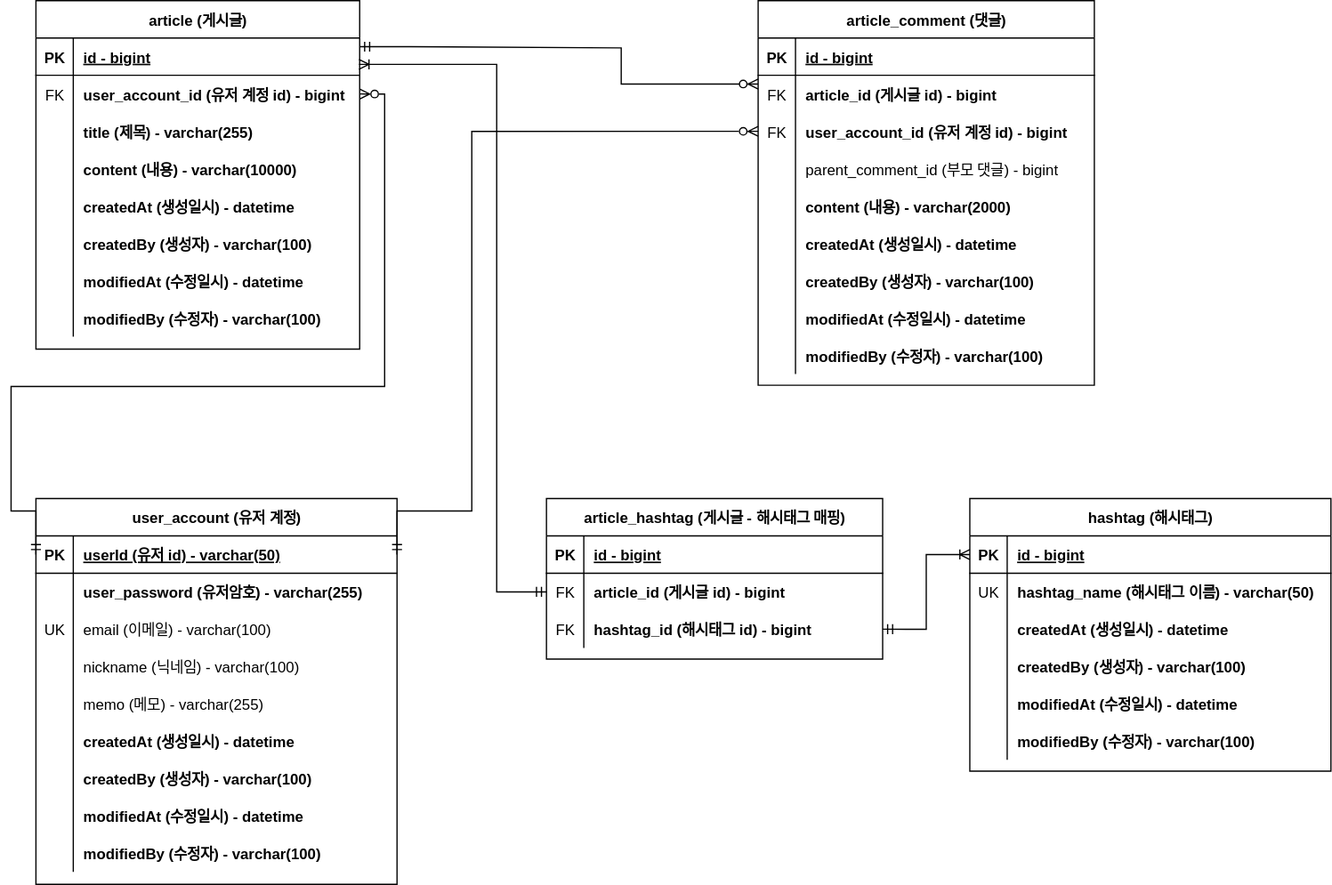
Earlier version of the draw.io export document/project-board-erd.svg (95twan/project-board). Source tidied: cells renumbered, new cells last; positions are measured from the earlier drawing's top-left corner, leaving out a move shared by most shapes.
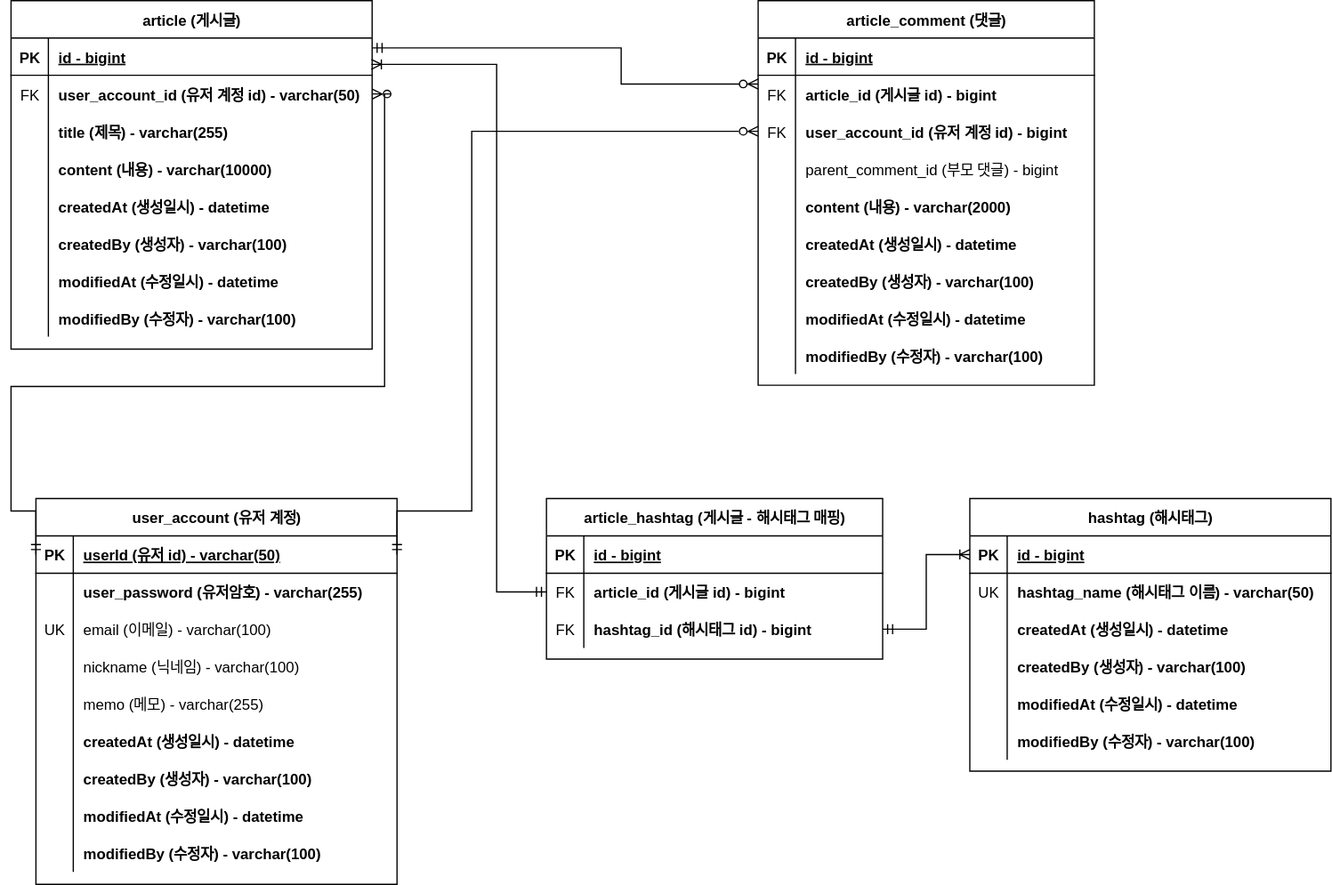
Above is the later version.

Diff of the diagram source:
```diff
@@ -3,79 +3,79 @@
     <mxCell id="0" />
     <mxCell id="1" parent="0" />
     <mxCell id="2" value="article (게시글)" style="shape=table;startSize=30;rowLines=0;fontStyle=1;align=center;" parent="1" vertex="1">
-      <mxGeometry x="20" width="260" height="280" as="geometry" />
+      <mxGeometry width="290" height="280" as="geometry" />
     </mxCell>
     <mxCell id="3" style="shape=partialRectangle;fillColor=none;points=[[0,0.5],[1,0.5]];portConstraint=eastwest;top=0;left=0;right=0;bottom=1;" parent="2" vertex="1">
-      <mxGeometry y="30" width="260" height="30" as="geometry" />
+      <mxGeometry y="30" width="290" height="30" as="geometry" />
     </mxCell>
     <mxCell id="4" value="PK" style="shape=partialRectangle;overflow=hidden;fillColor=none;top=0;left=0;bottom=0;right=0;fontStyle=1;" parent="3" vertex="1">
       <mxGeometry width="30" height="30" as="geometry" />
     </mxCell>
     <mxCell id="5" value="id - bigint" style="shape=partialRectangle;overflow=hidden;fillColor=none;top=0;left=0;bottom=0;right=0;align=left;spacingLeft=6;fontStyle=5;" parent="3" vertex="1">
-      <mxGeometry x="30" width="230" height="30" as="geometry" />
+      <mxGeometry x="30" width="260" height="30" as="geometry" />
     </mxCell>
     <mxCell id="6" style="shape=partialRectangle;fillColor=none;points=[[0,0.5],[1,0.5]];portConstraint=eastwest;top=0;left=0;right=0;bottom=0;" parent="2" vertex="1">
-      <mxGeometry y="60" width="260" height="30" as="geometry" />
+      <mxGeometry y="60" width="290" height="30" as="geometry" />
     </mxCell>
     <mxCell id="7" value="FK" style="shape=partialRectangle;overflow=hidden;fillColor=none;top=0;left=0;bottom=0;right=0;" parent="6" vertex="1">
       <mxGeometry width="30" height="30" as="geometry" />
     </mxCell>
-    <mxCell id="8" value="user_account_id (유저 계정 id) - bigint" style="shape=partialRectangle;overflow=hidden;fillColor=none;top=0;left=0;bottom=0;right=0;align=left;spacingLeft=6;fontStyle=1;" parent="6" vertex="1">
-      <mxGeometry x="30" width="230" height="30" as="geometry" />
+    <mxCell id="8" value="user_account_id (유저 계정 id) - varchar(50)" style="shape=partialRectangle;overflow=hidden;fillColor=none;top=0;left=0;bottom=0;right=0;align=left;spacingLeft=6;fontStyle=1;" parent="6" vertex="1">
+      <mxGeometry x="30" width="260" height="30" as="geometry" />
     </mxCell>
     <mxCell id="9" style="shape=partialRectangle;fillColor=none;top=0;left=0;right=0;bottom=0;" parent="2" vertex="1">
-      <mxGeometry y="90" width="260" height="30" as="geometry" />
+      <mxGeometry y="90" width="290" height="30" as="geometry" />
     </mxCell>
     <mxCell id="10" style="shape=partialRectangle;overflow=hidden;fillColor=none;top=0;left=0;bottom=0;right=0;" parent="9" vertex="1">
       <mxGeometry width="30" height="30" as="geometry" />
     </mxCell>
     <mxCell id="11" value="title (제목) - varchar(255)" style="shape=partialRectangle;overflow=hidden;fillColor=none;top=0;left=0;bottom=0;right=0;align=left;spacingLeft=6;fontStyle=1;" parent="9" vertex="1">
-      <mxGeometry x="30" width="230" height="30" as="geometry" />
+      <mxGeometry x="30" width="260" height="30" as="geometry" />
     </mxCell>
     <mxCell id="12" style="shape=tableRow;horizontal=0;startSize=0;swimlaneHead=0;swimlaneBody=0;fillColor=none;top=0;left=0;right=0;bottom=0;" parent="2" vertex="1">
-      <mxGeometry y="120" width="260" height="30" as="geometry" />
+      <mxGeometry y="120" width="290" height="30" as="geometry" />
     </mxCell>
     <mxCell id="13" style="shape=partialRectangle;fillColor=none;top=0;left=0;bottom=0;right=0;overflow=hidden;" parent="12" vertex="1">
       <mxGeometry width="30" height="30" as="geometry" />
     </mxCell>
     <mxCell id="14" value="content (내용) - varchar(10000)" style="shape=partialRectangle;fillColor=none;top=0;left=0;bottom=0;right=0;align=left;spacingLeft=6;overflow=hidden;fontStyle=1;" parent="12" vertex="1">
-      <mxGeometry x="30" width="230" height="30" as="geometry" />
+      <mxGeometry x="30" width="260" height="30" as="geometry" />
     </mxCell>
     <mxCell id="15" style="shape=tableRow;horizontal=0;startSize=0;swimlaneHead=0;swimlaneBody=0;fillColor=none;top=0;left=0;right=0;bottom=0;" parent="2" vertex="1">
-      <mxGeometry y="150" width="260" height="30" as="geometry" />
+      <mxGeometry y="150" width="290" height="30" as="geometry" />
     </mxCell>
     <mxCell id="16" style="shape=partialRectangle;fillColor=none;top=0;left=0;bottom=0;right=0;overflow=hidden;" parent="15" vertex="1">
       <mxGeometry width="30" height="30" as="geometry" />
     </mxCell>
     <mxCell id="17" value="createdAt (생성일시) - datetime" style="shape=partialRectangle;fillColor=none;top=0;left=0;bottom=0;right=0;align=left;spacingLeft=6;overflow=hidden;fontStyle=1;" parent="15" vertex="1">
-      <mxGeometry x="30" width="230" height="30" as="geometry" />
+      <mxGeometry x="30" width="260" height="30" as="geometry" />
     </mxCell>
     <mxCell id="18" style="shape=tableRow;horizontal=0;startSize=0;swimlaneHead=0;swimlaneBody=0;fillColor=none;top=0;left=0;right=0;bottom=0;" parent="2" vertex="1">
-      <mxGeometry y="180" width="260" height="30" as="geometry" />
+      <mxGeometry y="180" width="290" height="30" as="geometry" />
     </mxCell>
     <mxCell id="19" style="shape=partialRectangle;fillColor=none;top=0;left=0;bottom=0;right=0;overflow=hidden;" parent="18" vertex="1">
       <mxGeometry width="30" height="30" as="geometry" />
     </mxCell>
     <mxCell id="20" value="createdBy (생성자) - varchar(100)" style="shape=partialRectangle;fillColor=none;top=0;left=0;bottom=0;right=0;align=left;spacingLeft=6;overflow=hidden;fontStyle=1;" parent="18" vertex="1">
-      <mxGeometry x="30" width="230" height="30" as="geometry" />
+      <mxGeometry x="30" width="260" height="30" as="geometry" />
     </mxCell>
     <mxCell id="21" style="shape=tableRow;horizontal=0;startSize=0;swimlaneHead=0;swimlaneBody=0;fillColor=none;top=0;left=0;right=0;bottom=0;" parent="2" vertex="1">
-      <mxGeometry y="210" width="260" height="30" as="geometry" />
+      <mxGeometry y="210" width="290" height="30" as="geometry" />
     </mxCell>
     <mxCell id="22" style="shape=partialRectangle;fillColor=none;top=0;left=0;bottom=0;right=0;overflow=hidden;" parent="21" vertex="1">
       <mxGeometry width="30" height="30" as="geometry" />
     </mxCell>
     <mxCell id="23" value="modifiedAt (수정일시) - datetime" style="shape=partialRectangle;fillColor=none;top=0;left=0;bottom=0;right=0;align=left;spacingLeft=6;overflow=hidden;fontStyle=1;" parent="21" vertex="1">
-      <mxGeometry x="30" width="230" height="30" as="geometry" />
+      <mxGeometry x="30" width="260" height="30" as="geometry" />
     </mxCell>
     <mxCell id="24" style="shape=tableRow;horizontal=0;startSize=0;swimlaneHead=0;swimlaneBody=0;fillColor=none;top=0;left=0;right=0;bottom=0;" parent="2" vertex="1">
-      <mxGeometry y="240" width="260" height="30" as="geometry" />
+      <mxGeometry y="240" width="290" height="30" as="geometry" />
     </mxCell>
     <mxCell id="25" style="shape=partialRectangle;fillColor=none;top=0;left=0;bottom=0;right=0;overflow=hidden;" parent="24" vertex="1">
       <mxGeometry width="30" height="30" as="geometry" />
     </mxCell>
     <mxCell id="26" value="modifiedBy (수정자) - varchar(100)" style="shape=partialRectangle;fillColor=none;top=0;left=0;bottom=0;right=0;align=left;spacingLeft=6;overflow=hidden;fontStyle=1;" parent="24" vertex="1">
-      <mxGeometry x="30" width="230" height="30" as="geometry" />
+      <mxGeometry x="30" width="260" height="30" as="geometry" />
     </mxCell>
     <mxCell id="27" value="article_comment (댓글)" style="shape=table;startSize=30;rowLines=0;fontStyle=1;align=center;" parent="1" vertex="1">
       <mxGeometry x="600" width="270" height="309" as="geometry" />
@@ -161,12 +161,11 @@
     <mxCell id="54" value="modifiedBy (수정자) - varchar(100)" style="shape=partialRectangle;fillColor=none;top=0;left=0;bottom=0;right=0;align=left;spacingLeft=6;overflow=hidden;fontStyle=1;" parent="52" vertex="1">
       <mxGeometry x="30" width="240" height="30" as="geometry" />
     </mxCell>
-    <mxCell id="55" style="edgeStyle=orthogonalEdgeStyle;fontSize=12;html=1;endArrow=ERzeroToMany;startArrow=ERmandOne;rounded=0;exitX=1;exitY=0.5;exitDx=0;exitDy=0;entryX=0;entryY=0.5;entryDx=0;entryDy=0;" parent="1" edge="1">
+    <mxCell id="55" style="edgeStyle=orthogonalEdgeStyle;fontSize=12;html=1;endArrow=ERzeroToMany;startArrow=ERmandOne;rounded=0;entryX=0;entryY=0.5;entryDx=0;entryDy=0;" parent="1" edge="1">
       <mxGeometry relative="1" as="geometry">
-        <mxPoint x="280" y="37" as="sourcePoint" />
+        <mxPoint x="290" y="38" as="sourcePoint" />
         <mxPoint x="600" y="67" as="targetPoint" />
         <Array as="points">
-          <mxPoint x="320" y="37" />
           <mxPoint x="490" y="38" />
           <mxPoint x="490" y="67" />
         </Array>
```
